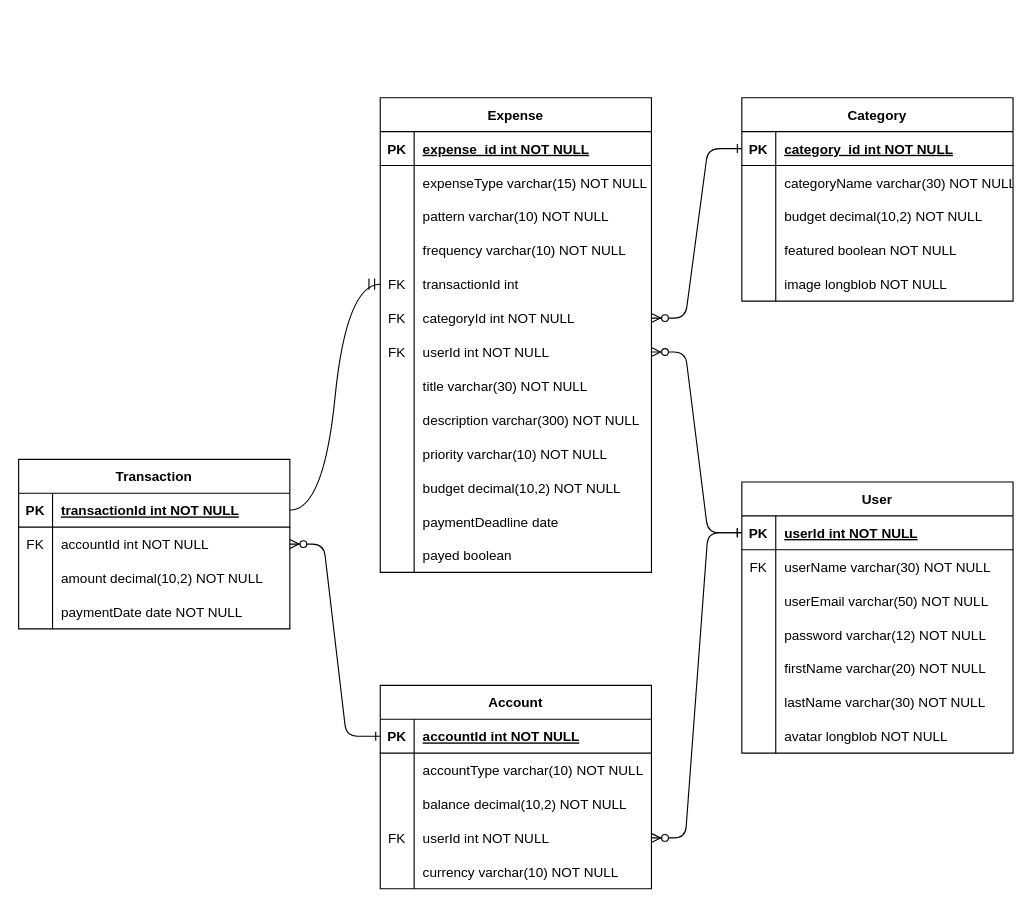
The draw.io diagram documentation/diagrams/expense-tracker-erd.drawio in ahmadmoumneh/expense-tracker, before the edit. Source tidied: cells renumbered, new cells numbered last; positions are measured from the earlier drawing's top-left corner, leaving out a move shared by most shapes. Both pictures are drawn from the tidied source at 113%, with x=0, y=0 at pixel (18, 97).
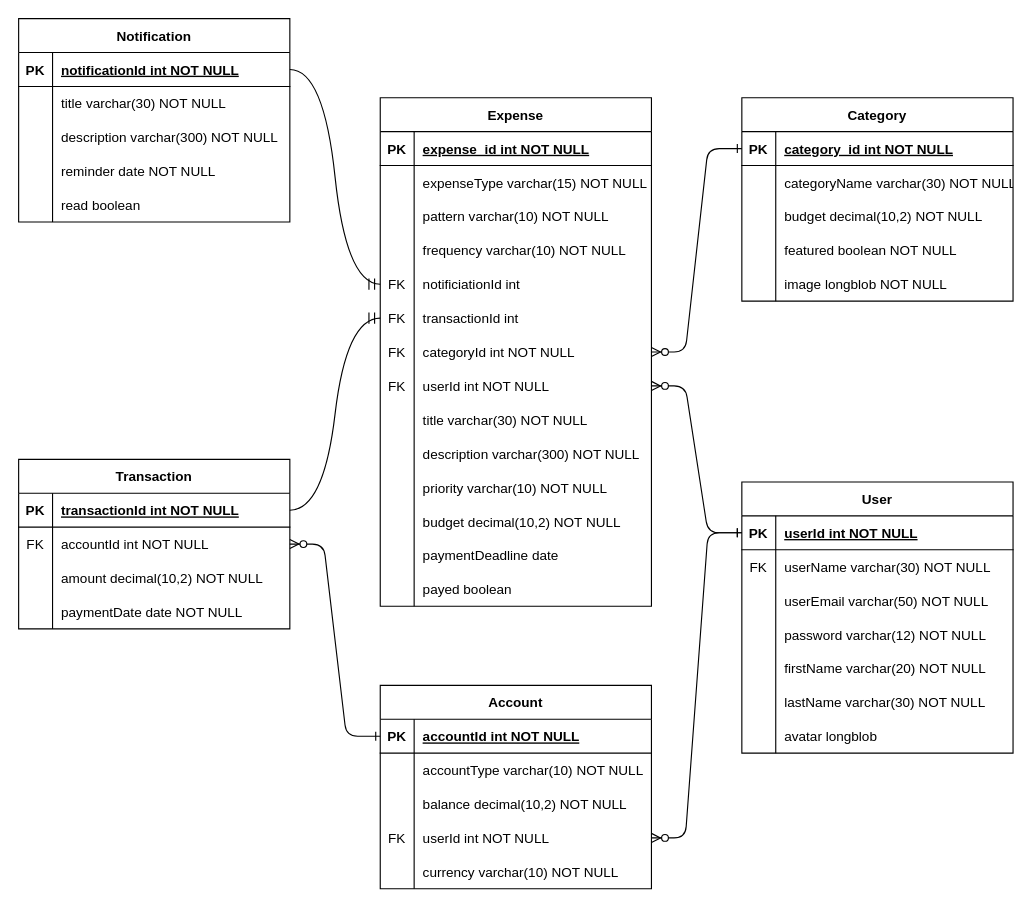
The same diagram, later.

The change refers to these unchanged cells:
```xml
<mxCell id="37" style="shape=partialRectangle;fillColor=none;top=0;left=0;right=0;bottom=0;" parent="18" vertex="1">
  <mxGeometry y="210" width="240" height="30" as="geometry" />
</mxCell>
<mxCell id="53" style="shape=partialRectangle;fillColor=none;points=[[0,0.5],[1,0.5]];portConstraint=eastwest;top=0;left=0;right=0;bottom=0;" parent="40" vertex="1">
  <mxGeometry y="150" width="240" height="30" as="geometry" />
</mxCell>
<mxCell id="99" style="shape=partialRectangle;fillColor=none;points=[[0,0.5],[1,0.5]];portConstraint=eastwest;top=0;left=0;right=0;bottom=1;" parent="98" vertex="1">
  <mxGeometry y="30" width="240" height="30" as="geometry" />
</mxCell>
```

What changed in the source:
```diff
@@
-    <mxCell id="39" value="avatar longblob NOT NULL" style="shape=partialRectangle;overflow=hidden;fillColor=none;top=0;left=0;bottom=0;right=0;align=left;spacingLeft=6;" parent="37" vertex="1">
+    <mxCell id="39" value="avatar longblob" style="shape=partialRectangle;overflow=hidden;fillColor=none;top=0;left=0;bottom=0;right=0;align=left;spacingLeft=6;" parent="37" vertex="1">
       <mxGeometry x="30" width="210" height="30" as="geometry" />
     </mxCell>
     <mxCell id="40" value="Expense" style="shape=table;startSize=30;childLayout=tableLayout;rowLines=0;fontStyle=1;align=center;" parent="1" vertex="1">
-      <mxGeometry x="320" width="240" height="420" as="geometry" />
+      <mxGeometry x="320" width="240" height="450" as="geometry" />
     </mxCell>
@@
-    <mxCell id="55" value="transactionId int" style="shape=partialRectangle;overflow=hidden;fillColor=none;top=0;left=0;bottom=0;right=0;align=left;spacingLeft=6;" parent="53" vertex="1">
+    <mxCell id="55" value="notificiationId int" style="shape=partialRectangle;overflow=hidden;fillColor=none;top=0;left=0;bottom=0;right=0;align=left;spacingLeft=6;" parent="53" vertex="1">
       <mxGeometry x="30" width="210" height="30" as="geometry" />
     </mxCell>
+    <mxCell id="114" style="shape=partialRectangle;fillColor=none;points=[[0,0.5],[1,0.5]];portConstraint=eastwest;top=0;left=0;right=0;bottom=0;" parent="40" vertex="1">
+      <mxGeometry y="180" width="240" height="30" as="geometry" />
+    </mxCell>
+    <mxCell id="115" value="FK" style="shape=partialRectangle;overflow=hidden;fillColor=none;top=0;left=0;bottom=0;right=0;" parent="114" vertex="1">
+      <mxGeometry width="30" height="30" as="geometry" />
+    </mxCell>
+    <mxCell id="116" value="transactionId int" style="shape=partialRectangle;overflow=hidden;fillColor=none;top=0;left=0;bottom=0;right=0;align=left;spacingLeft=6;" parent="114" vertex="1">
+      <mxGeometry x="30" width="210" height="30" as="geometry" />
+    </mxCell>
     <mxCell id="56" style="shape=partialRectangle;fillColor=none;points=[[0,0.5],[1,0.5]];portConstraint=eastwest;top=0;left=0;right=0;bottom=0;" parent="40" vertex="1">
-      <mxGeometry y="180" width="240" height="30" as="geometry" />
+      <mxGeometry y="210" width="240" height="30" as="geometry" />
     </mxCell>
@@
     <mxCell id="59" style="shape=partialRectangle;fillColor=none;points=[[0,0.5],[1,0.5]];portConstraint=eastwest;top=0;left=0;right=0;bottom=0;" parent="40" vertex="1">
-      <mxGeometry y="210" width="240" height="30" as="geometry" />
+      <mxGeometry y="240" width="240" height="30" as="geometry" />
     </mxCell>
@@
     <mxCell id="62" style="shape=partialRectangle;fillColor=none;top=0;left=0;right=0;bottom=0;" parent="40" vertex="1">
-      <mxGeometry y="240" width="240" height="30" as="geometry" />
+      <mxGeometry y="270" width="240" height="30" as="geometry" />
     </mxCell>
@@
     <mxCell id="65" style="shape=partialRectangle;fillColor=none;top=0;left=0;right=0;bottom=0;" parent="40" vertex="1">
-      <mxGeometry y="270" width="240" height="30" as="geometry" />
+      <mxGeometry y="300" width="240" height="30" as="geometry" />
     </mxCell>
@@
     <mxCell id="68" style="shape=partialRectangle;fillColor=none;top=0;left=0;right=0;bottom=0;" parent="40" vertex="1">
-      <mxGeometry y="300" width="240" height="30" as="geometry" />
+      <mxGeometry y="330" width="240" height="30" as="geometry" />
     </mxCell>
@@
     <mxCell id="71" style="shape=partialRectangle;fillColor=none;top=0;left=0;right=0;bottom=0;" parent="40" vertex="1">
-      <mxGeometry y="330" width="240" height="30" as="geometry" />
+      <mxGeometry y="360" width="240" height="30" as="geometry" />
     </mxCell>
@@
     <mxCell id="74" style="shape=partialRectangle;fillColor=none;top=0;left=0;right=0;bottom=0;" parent="40" vertex="1">
-      <mxGeometry y="360" width="240" height="30" as="geometry" />
+      <mxGeometry y="390" width="240" height="30" as="geometry" />
     </mxCell>
@@
     <mxCell id="77" style="shape=partialRectangle;fillColor=none;top=0;left=0;right=0;bottom=0;" parent="40" vertex="1">
-      <mxGeometry y="390" width="240" height="30" as="geometry" />
+      <mxGeometry y="420" width="240" height="30" as="geometry" />
     </mxCell>
@@
-    <mxCell id="113" style="edgeStyle=entityRelationEdgeStyle;fontSize=12;html=1;endArrow=ERmandOne;rounded=0;startSize=8;endSize=8;curved=1;exitX=1;exitY=0.5;exitDx=0;exitDy=0;entryX=0;entryY=0.5;entryDx=0;entryDy=0;" parent="1" edge="1" source="99" target="53">
+    <mxCell id="113" style="edgeStyle=entityRelationEdgeStyle;fontSize=12;html=1;endArrow=ERmandOne;rounded=0;startSize=8;endSize=8;curved=1;exitX=1;exitY=0.5;exitDx=0;exitDy=0;entryX=0;entryY=0.5;entryDx=0;entryDy=0;" parent="1" edge="1" source="99" target="114">
       <mxGeometry relative="1" as="geometry" />
     </mxCell>
+    <mxCell id="117" value="Notification" style="shape=table;startSize=30;childLayout=tableLayout;rowLines=0;fontStyle=1;align=center;" parent="1" vertex="1">
+      <mxGeometry y="-70" width="240" height="180" as="geometry" />
+    </mxCell>
+    <mxCell id="118" style="shape=partialRectangle;fillColor=none;points=[[0,0.5],[1,0.5]];portConstraint=eastwest;top=0;left=0;right=0;bottom=1;" parent="117" vertex="1">
+      <mxGeometry y="30" width="240" height="30" as="geometry" />
+    </mxCell>
+    <mxCell id="119" value="PK" style="shape=partialRectangle;overflow=hidden;fillColor=none;top=0;left=0;bottom=0;right=0;fontStyle=1;" parent="118" vertex="1">
+      <mxGeometry width="30" height="30" as="geometry" />
+    </mxCell>
+    <mxCell id="120" value="notificationId int NOT NULL " style="shape=partialRectangle;overflow=hidden;fillColor=none;top=0;left=0;bottom=0;right=0;align=left;spacingLeft=6;fontStyle=5;" parent="118" vertex="1">
+      <mxGeometry x="30" width="210" height="30" as="geometry" />
+    </mxCell>
+    <mxCell id="121" style="shape=partialRectangle;fillColor=none;top=0;left=0;right=0;bottom=0;" parent="117" vertex="1">
+      <mxGeometry y="60" width="240" height="30" as="geometry" />
+    </mxCell>
+    <mxCell id="122" style="shape=partialRectangle;overflow=hidden;fillColor=none;top=0;left=0;bottom=0;right=0;" parent="121" vertex="1">
+      <mxGeometry width="30" height="30" as="geometry" />
+    </mxCell>
+    <mxCell id="123" value="title varchar(30) NOT NULL" style="shape=partialRectangle;overflow=hidden;fillColor=none;top=0;left=0;bottom=0;right=0;align=left;spacingLeft=6;" parent="121" vertex="1">
+      <mxGeometry x="30" width="210" height="30" as="geometry" />
+    </mxCell>
+    <mxCell id="124" style="shape=partialRectangle;fillColor=none;top=0;left=0;right=0;bottom=0;" parent="117" vertex="1">
+      <mxGeometry y="90" width="240" height="30" as="geometry" />
+    </mxCell>
+    <mxCell id="125" style="shape=partialRectangle;overflow=hidden;fillColor=none;top=0;left=0;bottom=0;right=0;" parent="124" vertex="1">
+      <mxGeometry width="30" height="30" as="geometry" />
+    </mxCell>
+    <mxCell id="126" value="description varchar(300) NOT NULL" style="shape=partialRectangle;overflow=hidden;fillColor=none;top=0;left=0;bottom=0;right=0;align=left;spacingLeft=6;" parent="124" vertex="1">
+      <mxGeometry x="30" width="210" height="30" as="geometry" />
+    </mxCell>
+    <mxCell id="127" style="shape=partialRectangle;fillColor=none;top=0;left=0;right=0;bottom=0;" parent="117" vertex="1">
+      <mxGeometry y="120" width="240" height="30" as="geometry" />
+    </mxCell>
+    <mxCell id="128" style="shape=partialRectangle;overflow=hidden;fillColor=none;top=0;left=0;bottom=0;right=0;" parent="127" vertex="1">
+      <mxGeometry width="30" height="30" as="geometry" />
+    </mxCell>
+    <mxCell id="129" value="reminder date NOT NULL" style="shape=partialRectangle;overflow=hidden;fillColor=none;top=0;left=0;bottom=0;right=0;align=left;spacingLeft=6;" parent="127" vertex="1">
+      <mxGeometry x="30" width="210" height="30" as="geometry" />
+    </mxCell>
+    <mxCell id="130" style="shape=partialRectangle;fillColor=none;top=0;left=0;right=0;bottom=0;" parent="117" vertex="1">
+      <mxGeometry y="150" width="240" height="30" as="geometry" />
+    </mxCell>
+    <mxCell id="131" style="shape=partialRectangle;overflow=hidden;fillColor=none;top=0;left=0;bottom=0;right=0;" parent="130" vertex="1">
+      <mxGeometry width="30" height="30" as="geometry" />
+    </mxCell>
+    <mxCell id="132" value="read boolean" style="shape=partialRectangle;overflow=hidden;fillColor=none;top=0;left=0;bottom=0;right=0;align=left;spacingLeft=6;" parent="130" vertex="1">
+      <mxGeometry x="30" width="210" height="30" as="geometry" />
+    </mxCell>
+    <mxCell id="133" style="edgeStyle=entityRelationEdgeStyle;fontSize=12;html=1;endArrow=ERmandOne;rounded=0;startSize=8;endSize=8;curved=1;exitX=1;exitY=0.5;exitDx=0;exitDy=0;entryX=0;entryY=0.5;entryDx=0;entryDy=0;" parent="1" edge="1" source="118" target="53">
+      <mxGeometry relative="1" as="geometry" />
+    </mxCell>
```
